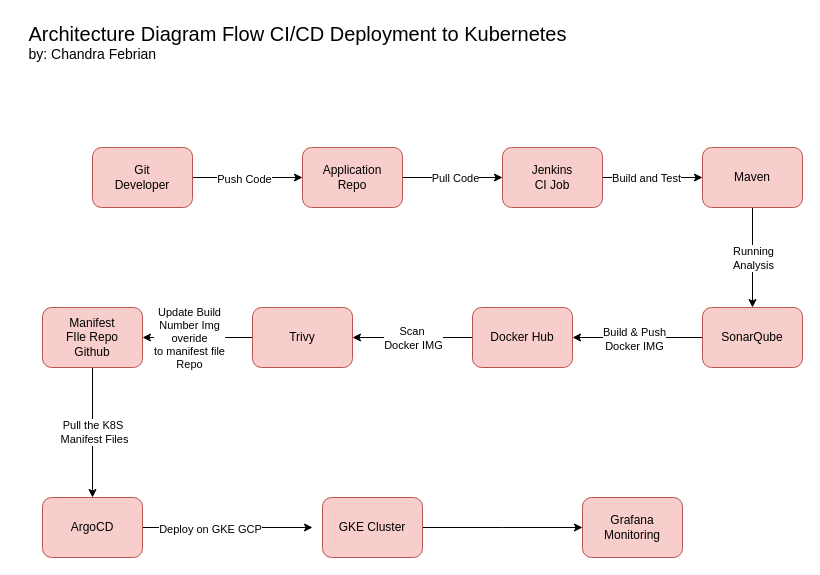
Above: CI/CD-flow-architechture.drawio in chandrafebrian/chandrafebrian (draw.io), before the change. Source tidied: cells renumbered, new cells numbered last; positions are measured from the earlier drawing's top-left corner, leaving out a move shared by most shapes. Both pictures are drawn from the tidied source at 100%, with x=0, y=0 at pixel (17, 17).
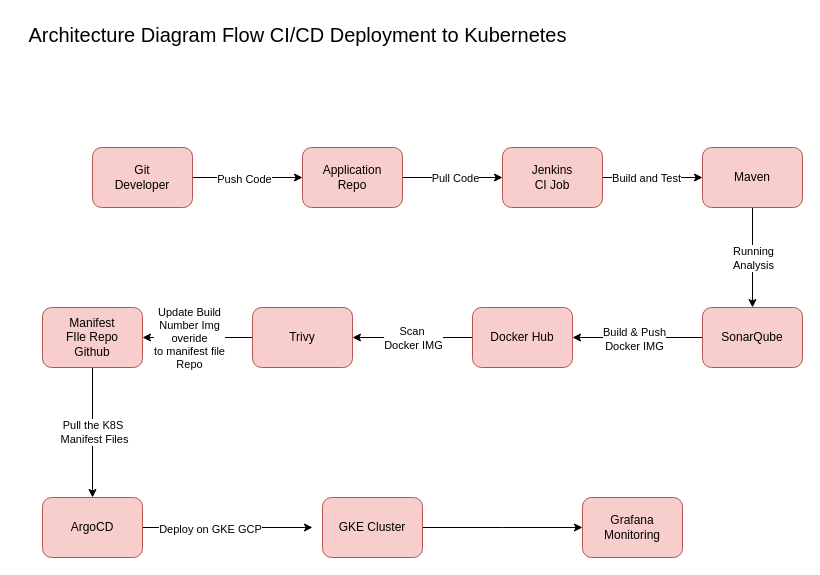
After the change.

What changed in the source:
```diff
@@
-    <mxCell id="33" value="&lt;font style=&quot;font-size: 20px;&quot;&gt;Architecture Diagram Flow CI/CD Deployment to Kubernetes&lt;/font&gt;&lt;div style=&quot;text-align: left;&quot;&gt;&lt;font style=&quot;font-size: 14px;&quot;&gt;by: Chandra Febrian&lt;/font&gt;&lt;/div&gt;" style="text;html=1;align=center;verticalAlign=middle;strokeColor=none;fillColor=none;" parent="1" vertex="1">
+    <mxCell id="33" value="&lt;font style=&quot;font-size: 20px;&quot;&gt;Architecture Diagram Flow CI/CD Deployment to Kubernetes&lt;/font&gt;&lt;div style=&quot;text-align: left;&quot;&gt;&lt;br&gt;&lt;/div&gt;" style="text;html=1;align=center;verticalAlign=middle;strokeColor=none;fillColor=none;" parent="1" vertex="1">
       <mxGeometry width="560" height="50" as="geometry" />
     </mxCell>
```
